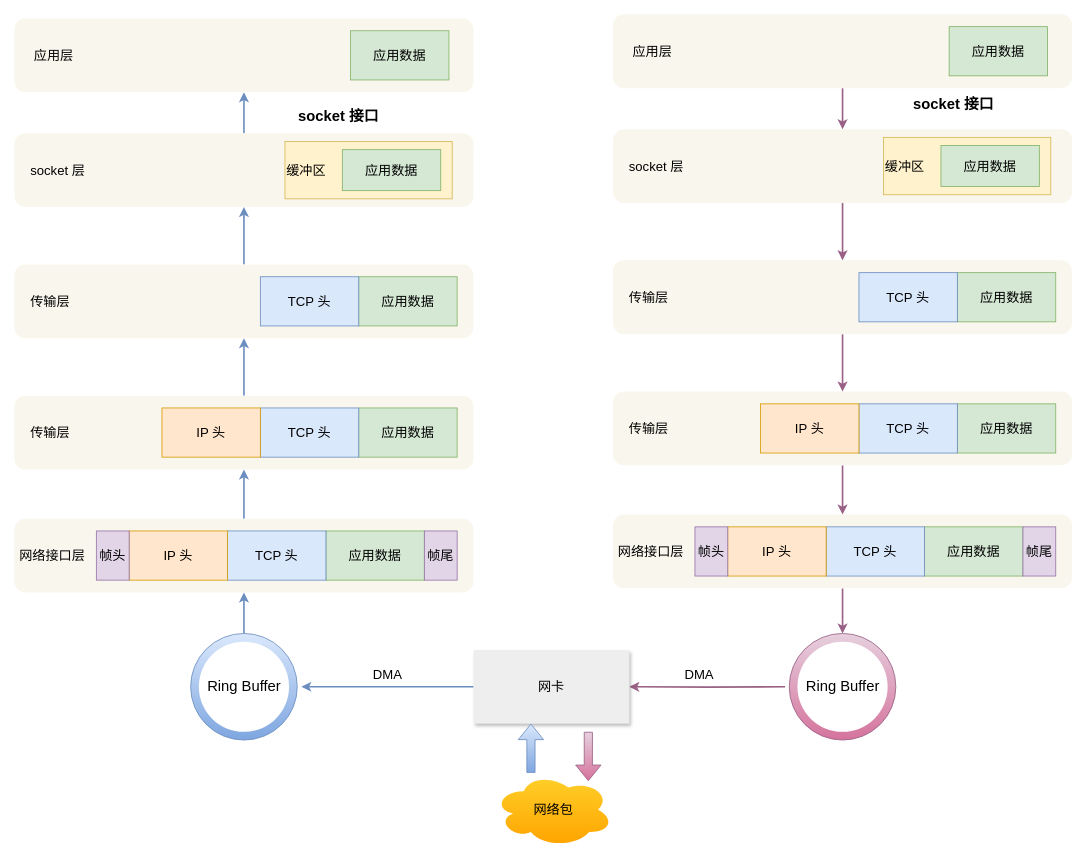
Earlier version of the draw.io diagram 操作系统/浮点/收发流程.drawio (xiaolincoder/ImageHost3). Source tidied: cells renumbered, new cells numbered last; positions are measured from the earlier drawing's top-left corner, leaving out a move shared by most shapes. Both pictures are drawn from the tidied source at 82%, with x=0, y=0 at pixel (14, 14).
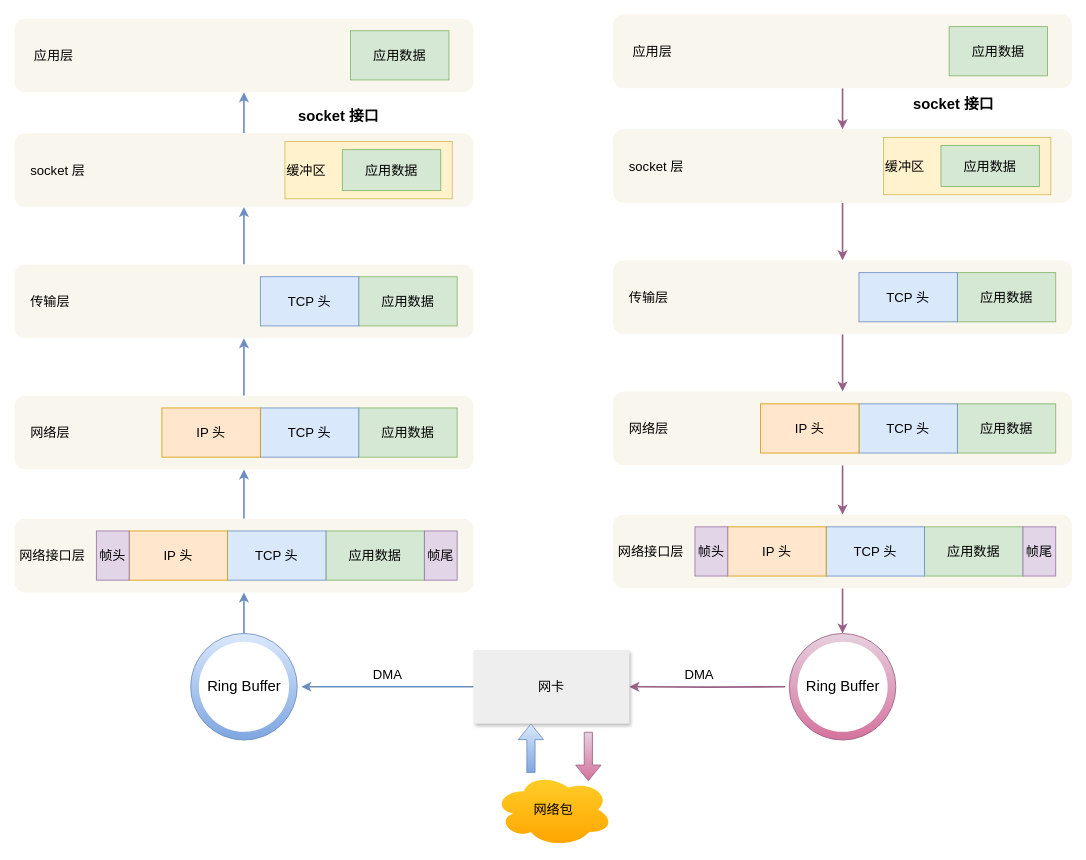
Above is the later version.

Change to the diagram source:
```diff
@@
-    <mxCell id="5" value="&amp;nbsp; &amp;nbsp; 传输层" style="rounded=1;whiteSpace=wrap;html=1;shadow=0;fontSize=16;fillColor=#f9f7ed;align=left;strokeColor=none;" parent="1" vertex="1">
+    <mxCell id="5" value="&amp;nbsp; &amp;nbsp; 网络层" style="rounded=1;whiteSpace=wrap;html=1;shadow=0;fontSize=16;fillColor=#f9f7ed;align=left;strokeColor=none;" parent="1" vertex="1">
       <mxGeometry y="465" width="560" height="90" as="geometry" />
     </mxCell>
@@
-    <mxCell id="27" value="&amp;nbsp; &amp;nbsp; 传输层" style="rounded=1;whiteSpace=wrap;html=1;shadow=0;fontSize=16;fillColor=#f9f7ed;align=left;strokeColor=none;" parent="1" vertex="1">
+    <mxCell id="27" value="&amp;nbsp; &amp;nbsp; 网络层" style="rounded=1;whiteSpace=wrap;html=1;shadow=0;fontSize=16;fillColor=#f9f7ed;align=left;strokeColor=none;" parent="1" vertex="1">
       <mxGeometry x="730" y="460" width="560" height="90" as="geometry" />
     </mxCell>
```
